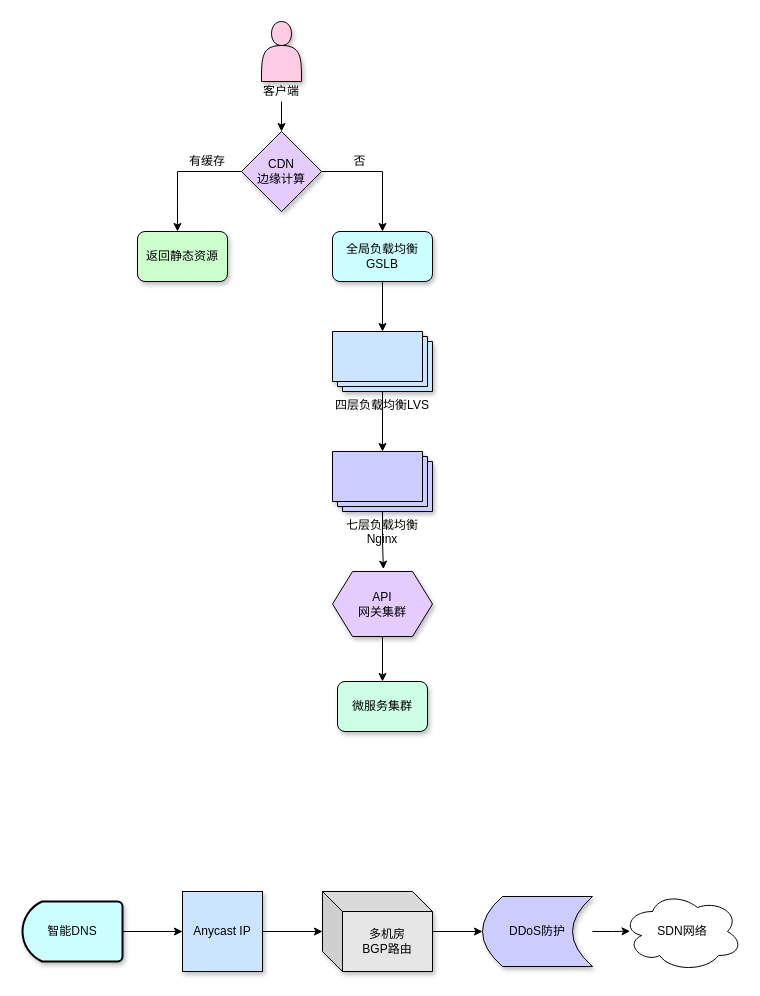
Above: achitecture_diagram/架构分层-接入层.drawio in abigalexy/online_drawing (draw.io), before the change. Source tidied: cells renumbered, new cells numbered last; positions are measured from the earlier drawing's top-left corner, leaving out a move shared by most shapes. Both pictures are drawn from the tidied source at 100%, with x=0, y=0 at pixel (22, 21).
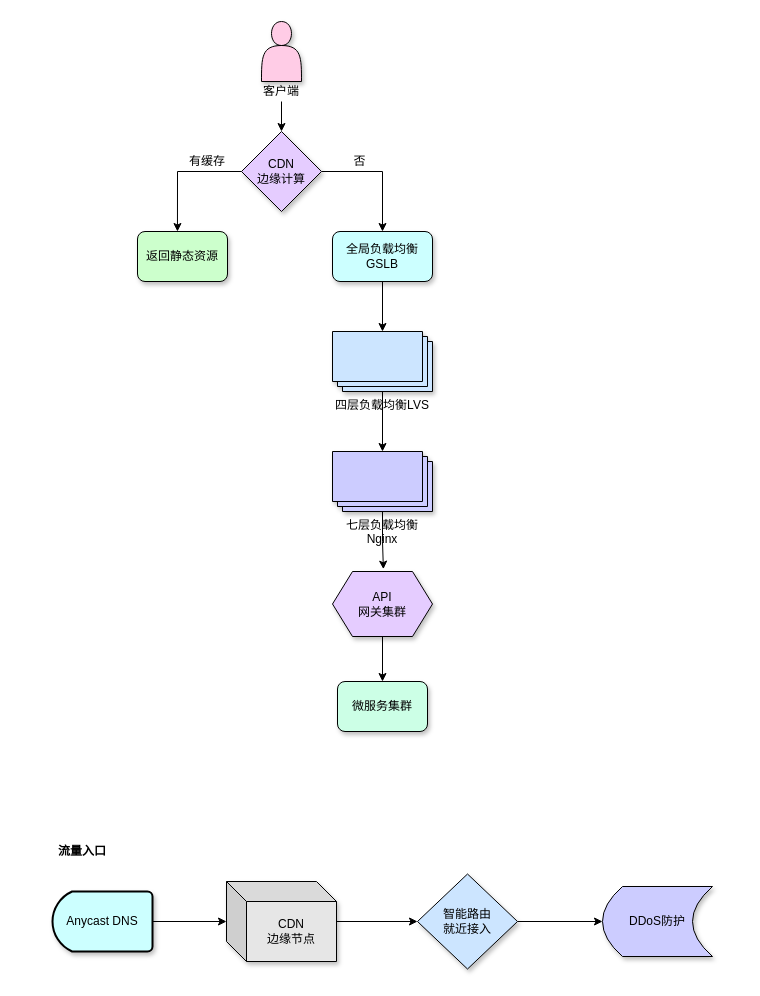
The same page after the edit.

Commit message (it also covers changes not shown here):
更新架构分层-接入层.drawio

What changed in the source:
```diff
@@
-    <mxCell id="2" style="group;" parent="1" vertex="1">
-      <mxGeometry y="870" width="720" height="80" as="geometry" />
-    </mxCell>
-    <mxCell id="3" style="edgeStyle=orthogonalEdgeStyle;rounded=0;jettySize=auto;html=1;entryX=0;entryY=0.5;entryDx=0;entryDy=0;" parent="2" edge="1" source="4" target="5">
-      <mxGeometry relative="1" as="geometry" />
-    </mxCell>
-    <mxCell id="4" value="智能DNS" style="strokeWidth=2;html=1;shape=mxgraph.flowchart.delay;whiteSpace=wrap;fillColor=#CCFFFF;shadow=1;direction=west;" parent="2" vertex="1">
-      <mxGeometry y="10" width="100" height="60" as="geometry" />
-    </mxCell>
-    <mxCell id="5" value="Anycast IP" style="whiteSpace=wrap;html=1;fillColor=#CCE5FF;shadow=1;" parent="2" vertex="1">
-      <mxGeometry x="160" width="80" height="80" as="geometry" />
-    </mxCell>
-    <mxCell id="6" value="DDoS防护" style="shape=dataStorage;whiteSpace=wrap;html=1;fixedSize=1;fillColor=#CCCCFF;shadow=1;" parent="2" vertex="1">
-      <mxGeometry x="460" y="5" width="110" height="70" as="geometry" />
-    </mxCell>
-    <mxCell id="7" value="SDN网络" style="ellipse;shape=cloud;whiteSpace=wrap;html=1;fillColor=#FFFFFF;" parent="2" vertex="1">
-      <mxGeometry x="600" width="120" height="80" as="geometry" />
-    </mxCell>
-    <mxCell id="8" style="edgeStyle=orthogonalEdgeStyle;rounded=0;jettySize=auto;html=1;entryX=0;entryY=0.5;entryDx=0;entryDy=0;" parent="2" edge="1" source="9" target="6">
-      <mxGeometry relative="1" as="geometry" />
-    </mxCell>
-    <mxCell id="9" value="多机房&lt;br&gt;BGP路由" style="shape=cube;whiteSpace=wrap;html=1;boundedLbl=1;backgroundOutline=1;darkOpacity=0.05;darkOpacity2=0.1;fillColor=#E6E6E6;shadow=1;" parent="2" vertex="1">
-      <mxGeometry x="300" width="110" height="80" as="geometry" />
-    </mxCell>
-    <mxCell id="10" style="edgeStyle=orthogonalEdgeStyle;rounded=0;jettySize=auto;html=1;entryX=0;entryY=0.5;entryDx=0;entryDy=0;entryPerimeter=0;" parent="2" edge="1" source="5" target="9">
-      <mxGeometry relative="1" as="geometry" />
-    </mxCell>
-    <mxCell id="11" style="edgeStyle=orthogonalEdgeStyle;rounded=0;jettySize=auto;html=1;entryX=0.063;entryY=0.496;entryDx=0;entryDy=0;entryPerimeter=0;" parent="2" edge="1" source="6" target="7">
-      <mxGeometry relative="1" as="geometry" />
-    </mxCell>
@@
+    <mxCell id="30" style="group;" parent="1" vertex="1">
+      <mxGeometry x="30" y="820" width="660" height="127.5" as="geometry" />
+    </mxCell>
+    <mxCell id="31" style="edgeStyle=orthogonalEdgeStyle;rounded=0;jettySize=auto;html=1;" parent="30" edge="1" source="4" target="9">
+      <mxGeometry relative="1" as="geometry" />
+    </mxCell>
+    <mxCell id="4" value="Anycast DNS" style="strokeWidth=2;html=1;shape=mxgraph.flowchart.delay;whiteSpace=wrap;fillColor=#CCFFFF;shadow=1;direction=west;" parent="30" vertex="1">
+      <mxGeometry y="50" width="100" height="60" as="geometry" />
+    </mxCell>
+    <mxCell id="6" value="DDoS防护" style="shape=dataStorage;whiteSpace=wrap;html=1;fixedSize=1;fillColor=#CCCCFF;shadow=1;" parent="30" vertex="1">
+      <mxGeometry x="550" y="45" width="110" height="70" as="geometry" />
+    </mxCell>
+    <mxCell id="32" style="edgeStyle=orthogonalEdgeStyle;rounded=0;jettySize=auto;html=1;entryX=0;entryY=0.5;entryDx=0;entryDy=0;" parent="30" edge="1" source="9" target="34">
+      <mxGeometry relative="1" as="geometry" />
+    </mxCell>
+    <mxCell id="9" value="CDN&lt;br&gt;边缘节点" style="shape=cube;whiteSpace=wrap;html=1;boundedLbl=1;backgroundOutline=1;darkOpacity=0.05;darkOpacity2=0.1;fillColor=#E6E6E6;shadow=1;" parent="30" vertex="1">
+      <mxGeometry x="174" y="40" width="110" height="80" as="geometry" />
+    </mxCell>
+    <mxCell id="33" style="edgeStyle=orthogonalEdgeStyle;rounded=0;jettySize=auto;html=1;" parent="30" edge="1" source="34" target="6">
+      <mxGeometry relative="1" as="geometry" />
+    </mxCell>
+    <mxCell id="34" value="智能路由&lt;br&gt;就近接入" style="rhombus;whiteSpace=wrap;html=1;fillColor=#CCE5FF;shadow=1;" parent="30" vertex="1">
+      <mxGeometry x="365" y="32.5" width="100" height="95" as="geometry" />
+    </mxCell>
+    <mxCell id="35" value="&lt;b&gt;流量入口&lt;/b&gt;" style="text;strokeColor=none;align=center;fillColor=none;html=1;verticalAlign=middle;whiteSpace=wrap;rounded=0;" parent="30" vertex="1">
+      <mxGeometry width="60" height="20" as="geometry" />
+    </mxCell>
```
